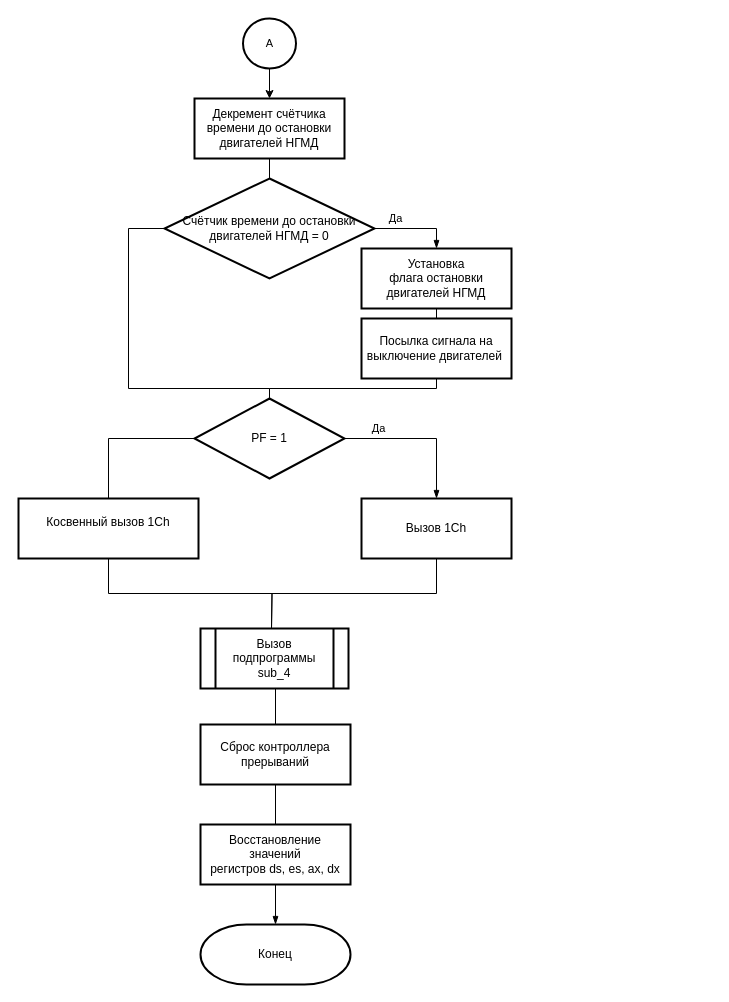
katya-varlamova/5-sem-os keeps this draw.io diagram as page "Page-3" (2 of 3) of lab_01/part1/docs/algo.drawio. Above is the earlier version. Source tidied: cells renumbered, new cells numbered last; positions are measured from the earlier drawing's top-left corner, leaving out a move shared by most shapes. Both pictures are drawn from the tidied source at 100%, with x=0, y=0 at pixel (18, 18).
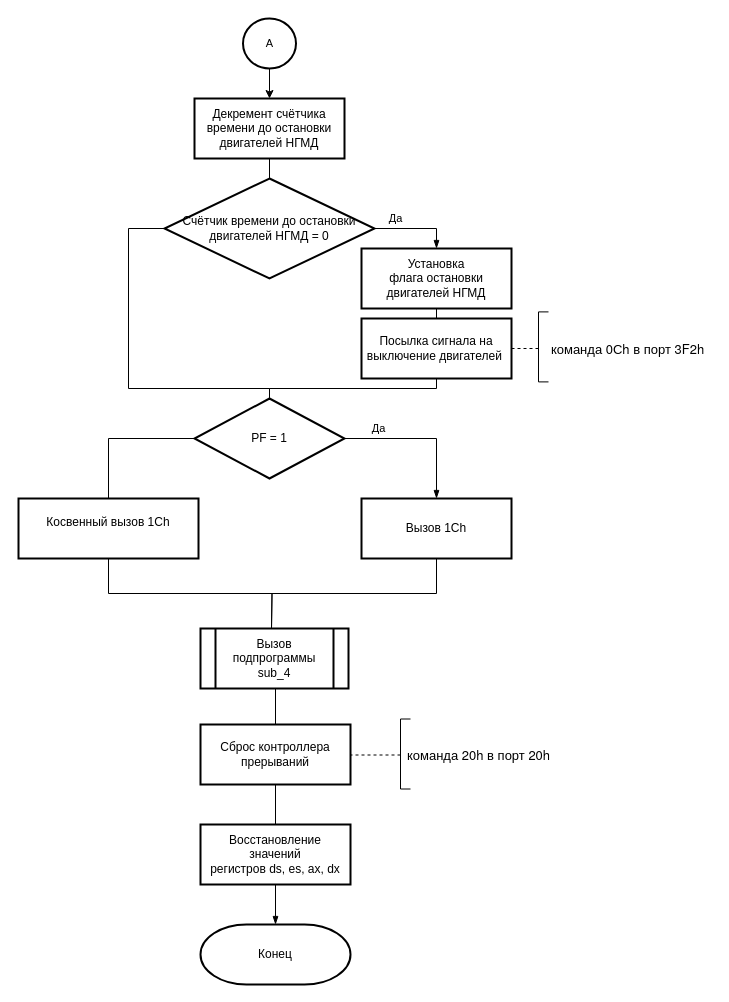
After the change.

The change refers to these unchanged cells:
```xml
<mxCell id="25" value="Посылка сигнала на выключение двигателей&amp;nbsp;" style="rounded=0;whiteSpace=wrap;html=1;absoluteArcSize=1;arcSize=14;strokeWidth=2;" parent="1" vertex="1">
  <mxGeometry x="343" y="300" width="150" height="60" as="geometry" />
</mxCell>
```

What changed in the source:
```diff
@@
+    <mxCell id="26" style="endArrow=none;dashed=1;html=1;" parent="1" edge="1">
+      <mxGeometry relative="1" as="geometry">
+        <mxPoint x="382" y="736.5" as="sourcePoint" />
+        <mxPoint x="332" y="736.5" as="targetPoint" />
+      </mxGeometry>
+    </mxCell>
+    <mxCell id="27" style="endArrow=none;html=1;" parent="1" edge="1">
+      <mxGeometry relative="1" as="geometry">
+        <mxPoint x="382" y="700.5" as="sourcePoint" />
+        <mxPoint x="382" y="770.5" as="targetPoint" />
+      </mxGeometry>
+    </mxCell>
+    <mxCell id="28" style="endArrow=none;html=1;" parent="1" edge="1">
+      <mxGeometry relative="1" as="geometry">
+        <mxPoint x="392" y="700.5" as="sourcePoint" />
+        <mxPoint x="382" y="700.5" as="targetPoint" />
+      </mxGeometry>
+    </mxCell>
+    <mxCell id="29" style="endArrow=none;html=1;" parent="1" edge="1">
+      <mxGeometry relative="1" as="geometry">
+        <mxPoint x="382" y="770.5" as="sourcePoint" />
+        <mxPoint x="392" y="770.5" as="targetPoint" />
+      </mxGeometry>
+    </mxCell>
+    <mxCell id="30" value="&lt;p style=&quot;margin: 0px ; font-stretch: normal ; font-size: 13px ; line-height: normal ; font-family: &amp;#34;helvetica neue&amp;#34;&quot;&gt;команда 20h в порт 20h&lt;/p&gt;" style="text;html=1;align=center;verticalAlign=middle;strokeColor=none;fillColor=none;" parent="1" vertex="1">
+      <mxGeometry x="380" y="726" width="160" height="20" as="geometry" />
+    </mxCell>
+    <mxCell id="31" style="endArrow=none;dashed=1;html=1;entryX=1;entryY=0.5;entryDx=0;entryDy=0;" parent="1" edge="1" target="25">
+      <mxGeometry relative="1" as="geometry">
+        <mxPoint x="520" y="330" as="sourcePoint" />
+      </mxGeometry>
+    </mxCell>
+    <mxCell id="32" style="endArrow=none;html=1;" parent="1" edge="1">
+      <mxGeometry relative="1" as="geometry">
+        <mxPoint x="520" y="293.4" as="sourcePoint" />
+        <mxPoint x="520" y="363.4" as="targetPoint" />
+      </mxGeometry>
+    </mxCell>
+    <mxCell id="33" style="endArrow=none;html=1;" parent="1" edge="1">
+      <mxGeometry relative="1" as="geometry">
+        <mxPoint x="530" y="293.4" as="sourcePoint" />
+        <mxPoint x="520" y="293.4" as="targetPoint" />
+      </mxGeometry>
+    </mxCell>
+    <mxCell id="34" style="endArrow=none;html=1;" parent="1" edge="1">
+      <mxGeometry relative="1" as="geometry">
+        <mxPoint x="520" y="363.4" as="sourcePoint" />
+        <mxPoint x="530" y="363.4" as="targetPoint" />
+      </mxGeometry>
+    </mxCell>
+    <mxCell id="35" value="&lt;p style=&quot;margin: 0px ; font-stretch: normal ; font-size: 13px ; line-height: normal ; font-family: &amp;#34;helvetica neue&amp;#34;&quot;&gt;команда 0Сh в порт 3F2h&lt;/p&gt;" style="text;html=1;align=center;verticalAlign=middle;strokeColor=none;fillColor=none;" parent="1" vertex="1">
+      <mxGeometry x="524" y="320" width="170" height="20" as="geometry" />
+    </mxCell>
```
